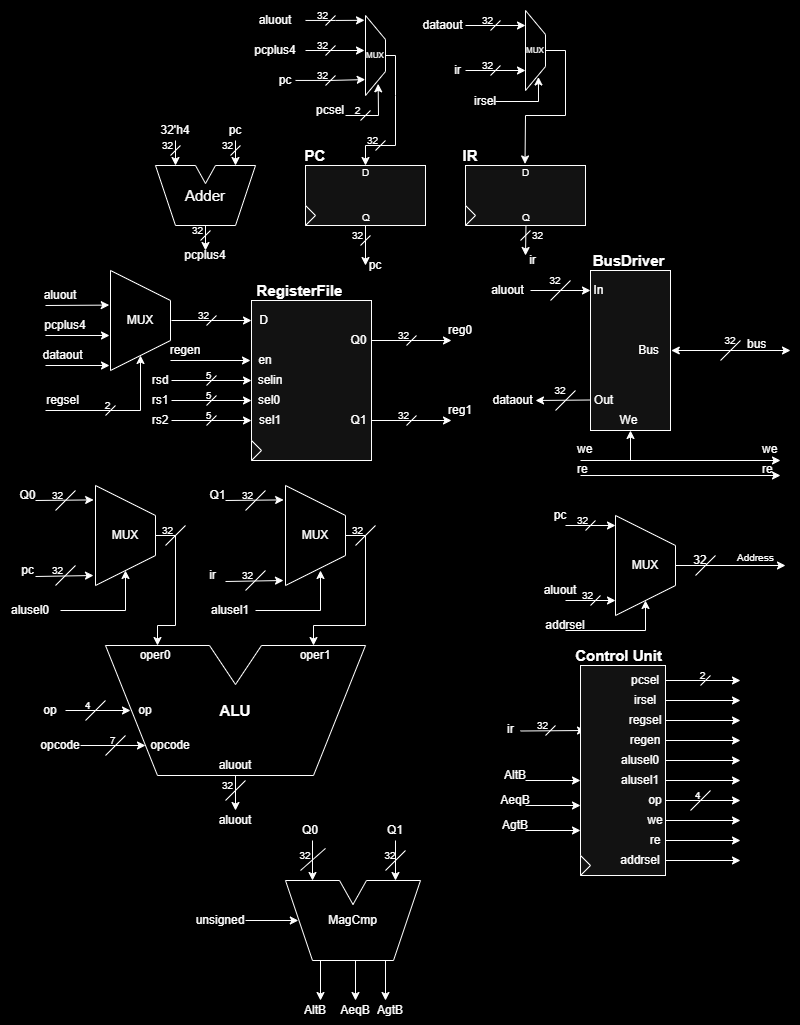
The draw.io diagram schematic.png in AryllPetersen/rv32I, before a commit. Source tidied: cells renumbered, new cells last; positions are measured from the earlier drawing's top-left corner, leaving out a move shared by most shapes.
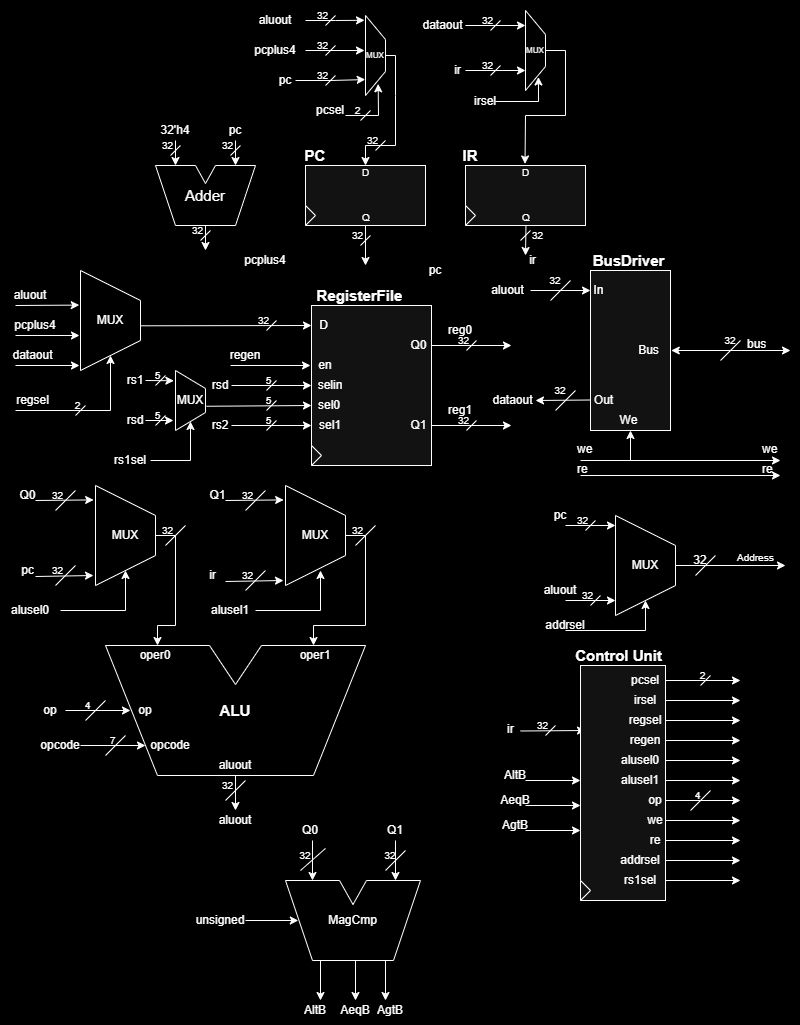
After the change.

Commit message:
OP, OPPIMM and LOAD added to CU, updated schematic

Change to the diagram source:
```diff
@@ -100,3 +100,3 @@
     <mxCell id="28" value="pc" style="text;html=1;align=center;verticalAlign=middle;whiteSpace=wrap;rounded=0;labelBackgroundColor=none;" parent="1" vertex="1">
-      <mxGeometry x="345" y="250" width="60" height="30" as="geometry" />
+      <mxGeometry x="405" y="255" width="60" height="30" as="geometry" />
     </mxCell>
@@ -130,14 +130,12 @@
     <mxCell id="34" style="rounded=0;whiteSpace=wrap;html=1;labelBackgroundColor=none;" parent="1" vertex="1">
-      <mxGeometry x="251" y="300" width="120" height="160" as="geometry" />
+      <mxGeometry x="311" y="305" width="120" height="160" as="geometry" />
     </mxCell>
     <mxCell id="35" value="RegisterFile" style="text;html=1;align=center;verticalAlign=middle;whiteSpace=wrap;rounded=0;fontStyle=1;fontSize=15;labelBackgroundColor=none;" parent="1" vertex="1">
-      <mxGeometry x="251" y="270" width="96.9" height="39" as="geometry" />
+      <mxGeometry x="311" y="275" width="96.9" height="39" as="geometry" />
     </mxCell>
     <mxCell id="36" style="triangle;whiteSpace=wrap;html=1;labelBackgroundColor=none;rounded=0;" parent="1" vertex="1">
-      <mxGeometry x="251" y="440" width="10" height="20" as="geometry" />
+      <mxGeometry x="311" y="445" width="10" height="20" as="geometry" />
     </mxCell>
-    <mxCell id="37" style="endArrow=classic;html=1;rounded=0;entryX=0;entryY=0.125;entryDx=0;entryDy=0;entryPerimeter=0;labelBackgroundColor=none;fontColor=default;" parent="1" edge="1" target="34">
-      <mxGeometry relative="1" as="geometry">
-        <mxPoint x="171" y="320" as="sourcePoint" />
-      </mxGeometry>
+    <mxCell id="37" style="endArrow=classic;html=1;rounded=0;entryX=0;entryY=0.125;entryDx=0;entryDy=0;entryPerimeter=0;labelBackgroundColor=none;fontColor=default;exitX=1.011;exitY=0.553;exitDx=0;exitDy=0;exitPerimeter=0;" parent="1" edge="1" source="209" target="34">
+      <mxGeometry relative="1" as="geometry" />
     </mxCell>
@@ -145,4 +143,4 @@
       <mxGeometry relative="1" as="geometry">
-        <mxPoint x="371" y="340" as="sourcePoint" />
-        <mxPoint x="451" y="340" as="targetPoint" />
+        <mxPoint x="431" y="345" as="sourcePoint" />
+        <mxPoint x="511" y="345" as="targetPoint" />
       </mxGeometry>
@@ -151,4 +149,4 @@
       <mxGeometry relative="1" as="geometry">
-        <mxPoint x="371" y="420" as="sourcePoint" />
-        <mxPoint x="451" y="420" as="targetPoint" />
+        <mxPoint x="431" y="425" as="sourcePoint" />
+        <mxPoint x="511" y="425" as="targetPoint" />
       </mxGeometry>
@@ -156,8 +154,7 @@
     <mxCell id="40" value="sel0" style="text;html=1;align=center;verticalAlign=middle;whiteSpace=wrap;rounded=0;labelBackgroundColor=none;" parent="1" vertex="1">
-      <mxGeometry x="239" y="385" width="60" height="30" as="geometry" />
+      <mxGeometry x="299" y="390" width="60" height="30" as="geometry" />
     </mxCell>
-    <mxCell id="41" style="endArrow=classic;html=1;rounded=0;entryX=0;entryY=0.125;entryDx=0;entryDy=0;entryPerimeter=0;labelBackgroundColor=none;fontColor=default;" parent="1" edge="1">
+    <mxCell id="41" style="endArrow=classic;html=1;rounded=0;entryX=0;entryY=0.125;entryDx=0;entryDy=0;entryPerimeter=0;labelBackgroundColor=none;fontColor=default;exitX=1.03;exitY=0.596;exitDx=0;exitDy=0;exitPerimeter=0;" parent="1" edge="1" source="252">
       <mxGeometry relative="1" as="geometry">
-        <mxPoint x="171" y="400" as="sourcePoint" />
-        <mxPoint x="251" y="400" as="targetPoint" />
+        <mxPoint x="311" y="405" as="targetPoint" />
       </mxGeometry>
@@ -166,4 +163,4 @@
       <mxGeometry relative="1" as="geometry">
-        <mxPoint x="171" y="420" as="sourcePoint" />
-        <mxPoint x="251" y="420" as="targetPoint" />
+        <mxPoint x="231" y="425" as="sourcePoint" />
+        <mxPoint x="311" y="425" as="targetPoint" />
       </mxGeometry>
@@ -172,4 +169,4 @@
       <mxGeometry relative="1" as="geometry">
-        <mxPoint x="171" y="380" as="sourcePoint" />
-        <mxPoint x="251" y="380" as="targetPoint" />
+        <mxPoint x="231" y="385" as="sourcePoint" />
+        <mxPoint x="311" y="385" as="targetPoint" />
       </mxGeometry>
@@ -177,6 +174,6 @@
     <mxCell id="44" value="sel1" style="text;html=1;align=center;verticalAlign=middle;whiteSpace=wrap;rounded=0;labelBackgroundColor=none;" parent="1" vertex="1">
-      <mxGeometry x="240" y="405" width="60" height="30" as="geometry" />
+      <mxGeometry x="300" y="410" width="60" height="30" as="geometry" />
     </mxCell>
     <mxCell id="45" value="selin" style="text;html=1;align=center;verticalAlign=middle;whiteSpace=wrap;rounded=0;labelBackgroundColor=none;" parent="1" vertex="1">
-      <mxGeometry x="240" y="365" width="60" height="30" as="geometry" />
+      <mxGeometry x="300" y="370" width="60" height="30" as="geometry" />
     </mxCell>
@@ -184,4 +181,4 @@
       <mxGeometry relative="1" as="geometry">
-        <mxPoint x="170" y="360" as="sourcePoint" />
-        <mxPoint x="250" y="360" as="targetPoint" />
+        <mxPoint x="230" y="365" as="sourcePoint" />
+        <mxPoint x="310" y="365" as="targetPoint" />
       </mxGeometry>
@@ -189,3 +186,3 @@
     <mxCell id="47" value="en" style="text;html=1;align=center;verticalAlign=middle;whiteSpace=wrap;rounded=0;labelBackgroundColor=none;" parent="1" vertex="1">
-      <mxGeometry x="235" y="345" width="60" height="30" as="geometry" />
+      <mxGeometry x="295" y="350" width="60" height="30" as="geometry" />
     </mxCell>
@@ -196,4 +193,4 @@
       <mxGeometry relative="1" as="geometry">
-        <mxPoint x="206" y="385" as="sourcePoint" />
-        <mxPoint x="216" y="375" as="targetPoint" />
+        <mxPoint x="266" y="390" as="sourcePoint" />
+        <mxPoint x="276" y="380" as="targetPoint" />
       </mxGeometry>
@@ -202,4 +199,4 @@
       <mxGeometry relative="1" as="geometry">
-        <mxPoint x="206" y="405" as="sourcePoint" />
-        <mxPoint x="216" y="395" as="targetPoint" />
+        <mxPoint x="266" y="410" as="sourcePoint" />
+        <mxPoint x="276" y="400" as="targetPoint" />
       </mxGeometry>
@@ -208,4 +205,4 @@
       <mxGeometry relative="1" as="geometry">
-        <mxPoint x="206" y="425" as="sourcePoint" />
-        <mxPoint x="216" y="415" as="targetPoint" />
+        <mxPoint x="266" y="430" as="sourcePoint" />
+        <mxPoint x="276" y="420" as="targetPoint" />
       </mxGeometry>
@@ -213,9 +210,9 @@
     <mxCell id="52" value="&lt;font style=&quot;font-size: 10px;&quot;&gt;5&lt;/font&gt;" style="text;html=1;align=center;verticalAlign=middle;whiteSpace=wrap;rounded=0;labelBackgroundColor=none;" parent="1" vertex="1">
-      <mxGeometry x="206" y="380" width="5" height="30" as="geometry" />
+      <mxGeometry x="266" y="385" width="5" height="30" as="geometry" />
     </mxCell>
     <mxCell id="53" value="&lt;font style=&quot;font-size: 10px;&quot;&gt;5&lt;/font&gt;" style="text;html=1;align=center;verticalAlign=middle;whiteSpace=wrap;rounded=0;labelBackgroundColor=none;" parent="1" vertex="1">
-      <mxGeometry x="206" y="400" width="5" height="30" as="geometry" />
+      <mxGeometry x="266" y="405" width="5" height="30" as="geometry" />
     </mxCell>
     <mxCell id="54" value="&lt;font style=&quot;font-size: 10px;&quot;&gt;5&lt;/font&gt;" style="text;html=1;align=center;verticalAlign=middle;whiteSpace=wrap;rounded=0;labelBackgroundColor=none;" parent="1" vertex="1">
-      <mxGeometry x="206" y="360" width="5" height="30" as="geometry" />
+      <mxGeometry x="266" y="365" width="5" height="30" as="geometry" />
     </mxCell>
@@ -223,4 +220,4 @@
       <mxGeometry relative="1" as="geometry">
-        <mxPoint x="206" y="325" as="sourcePoint" />
-        <mxPoint x="216" y="315" as="targetPoint" />
+        <mxPoint x="266" y="330" as="sourcePoint" />
+        <mxPoint x="276" y="320" as="targetPoint" />
       </mxGeometry>
@@ -228,3 +225,3 @@
     <mxCell id="56" value="&lt;span style=&quot;font-size: 10px;&quot;&gt;32&lt;/span&gt;" style="text;html=1;align=center;verticalAlign=middle;whiteSpace=wrap;rounded=0;labelBackgroundColor=none;" parent="1" vertex="1">
-      <mxGeometry x="201" y="300" width="5" height="30" as="geometry" />
+      <mxGeometry x="261" y="305" width="5" height="30" as="geometry" />
     </mxCell>
@@ -232,4 +229,4 @@
       <mxGeometry relative="1" as="geometry">
-        <mxPoint x="406" y="345" as="sourcePoint" />
-        <mxPoint x="416" y="335" as="targetPoint" />
+        <mxPoint x="466" y="350" as="sourcePoint" />
+        <mxPoint x="476" y="340" as="targetPoint" />
       </mxGeometry>
@@ -237,3 +234,3 @@
     <mxCell id="58" value="&lt;span style=&quot;font-size: 10px;&quot;&gt;32&lt;/span&gt;" style="text;html=1;align=center;verticalAlign=middle;whiteSpace=wrap;rounded=0;labelBackgroundColor=none;" parent="1" vertex="1">
-      <mxGeometry x="401" y="320" width="5" height="30" as="geometry" />
+      <mxGeometry x="461" y="325" width="5" height="30" as="geometry" />
     </mxCell>
@@ -241,4 +238,4 @@
       <mxGeometry relative="1" as="geometry">
-        <mxPoint x="406" y="425" as="sourcePoint" />
-        <mxPoint x="416" y="415" as="targetPoint" />
+        <mxPoint x="466" y="430" as="sourcePoint" />
+        <mxPoint x="476" y="420" as="targetPoint" />
       </mxGeometry>
@@ -246,12 +243,12 @@
     <mxCell id="60" value="&lt;span style=&quot;font-size: 10px;&quot;&gt;32&lt;/span&gt;" style="text;html=1;align=center;verticalAlign=middle;whiteSpace=wrap;rounded=0;labelBackgroundColor=none;" parent="1" vertex="1">
-      <mxGeometry x="401" y="400" width="5" height="30" as="geometry" />
+      <mxGeometry x="461" y="405" width="5" height="30" as="geometry" />
     </mxCell>
     <mxCell id="61" value="Q1" style="text;html=1;align=center;verticalAlign=middle;whiteSpace=wrap;rounded=0;labelBackgroundColor=none;" parent="1" vertex="1">
-      <mxGeometry x="351" y="405" width="15" height="30" as="geometry" />
+      <mxGeometry x="411" y="410" width="15" height="30" as="geometry" />
     </mxCell>
     <mxCell id="62" value="Q0" style="text;html=1;align=center;verticalAlign=middle;whiteSpace=wrap;rounded=0;labelBackgroundColor=none;" parent="1" vertex="1">
-      <mxGeometry x="351" y="325" width="15" height="30" as="geometry" />
+      <mxGeometry x="411" y="330" width="15" height="30" as="geometry" />
     </mxCell>
     <mxCell id="63" value="D" style="text;html=1;align=center;verticalAlign=middle;whiteSpace=wrap;rounded=0;labelBackgroundColor=none;" parent="1" vertex="1">
-      <mxGeometry x="256" y="305" width="15" height="30" as="geometry" />
+      <mxGeometry x="316" y="310" width="15" height="30" as="geometry" />
     </mxCell>
@@ -582,15 +579,15 @@
     <mxCell id="137" value="aluout" style="text;html=1;align=center;verticalAlign=middle;whiteSpace=wrap;rounded=0;labelBackgroundColor=none;" parent="1" vertex="1">
-      <mxGeometry x="30" y="280" width="60" height="30" as="geometry" />
+      <mxGeometry y="280" width="60" height="30" as="geometry" />
     </mxCell>
     <mxCell id="138" value="rs1" style="text;html=1;align=center;verticalAlign=middle;whiteSpace=wrap;rounded=0;labelBackgroundColor=none;" parent="1" vertex="1">
-      <mxGeometry x="130" y="385" width="60" height="30" as="geometry" />
+      <mxGeometry x="130" y="365" width="10" height="30" as="geometry" />
     </mxCell>
     <mxCell id="139" value="rs2" style="text;html=1;align=center;verticalAlign=middle;whiteSpace=wrap;rounded=0;labelBackgroundColor=none;" parent="1" vertex="1">
-      <mxGeometry x="130" y="405" width="60" height="30" as="geometry" />
+      <mxGeometry x="190" y="410" width="60" height="30" as="geometry" />
     </mxCell>
     <mxCell id="140" value="rsd" style="text;html=1;align=center;verticalAlign=middle;whiteSpace=wrap;rounded=0;labelBackgroundColor=none;" parent="1" vertex="1">
-      <mxGeometry x="130" y="365" width="60" height="30" as="geometry" />
+      <mxGeometry x="190" y="370" width="60" height="30" as="geometry" />
     </mxCell>
     <mxCell id="141" value="regen" style="text;html=1;align=center;verticalAlign=middle;whiteSpace=wrap;rounded=0;labelBackgroundColor=none;" parent="1" vertex="1">
-      <mxGeometry x="155" y="335" width="60" height="30" as="geometry" />
+      <mxGeometry x="215" y="340" width="60" height="30" as="geometry" />
     </mxCell>
@@ -609,3 +606,3 @@
     <mxCell id="145" style="rounded=0;whiteSpace=wrap;html=1;labelBackgroundColor=none;" parent="1" vertex="1">
-      <mxGeometry x="580" y="665" width="85" height="210" as="geometry" />
+      <mxGeometry x="580" y="665" width="85" height="235" as="geometry" />
     </mxCell>
@@ -743,3 +740,3 @@
     <mxCell id="176" style="triangle;whiteSpace=wrap;html=1;labelBackgroundColor=none;rounded=0;" parent="1" vertex="1">
-      <mxGeometry x="580" y="855" width="10" height="20" as="geometry" />
+      <mxGeometry x="580" y="880" width="10" height="20" as="geometry" />
     </mxCell>
@@ -805,3 +802,3 @@
     <mxCell id="190" value="pcplus4" style="text;html=1;align=center;verticalAlign=middle;whiteSpace=wrap;rounded=0;" parent="1" vertex="1">
-      <mxGeometry x="175" y="240" width="60" height="30" as="geometry" />
+      <mxGeometry x="235" y="245" width="60" height="30" as="geometry" />
     </mxCell>
@@ -891,6 +888,6 @@
     <mxCell id="209" value="MUX" style="shape=(stored shape, 364 characters);whiteSpace=wrap;html=1;labelBackgroundColor=none;rounded=0;" parent="1" vertex="1">
-      <mxGeometry x="110" y="270" width="60" height="100" as="geometry" />
+      <mxGeometry x="80" y="270" width="60" height="100" as="geometry" />
     </mxCell>
     <mxCell id="210" value="dataout" style="text;html=1;align=center;verticalAlign=middle;whiteSpace=wrap;rounded=0;labelBackgroundColor=none;" parent="1" vertex="1">
-      <mxGeometry x="55" y="340" width="15" height="30" as="geometry" />
+      <mxGeometry x="25" y="340" width="15" height="30" as="geometry" />
     </mxCell>
@@ -898,3 +895,3 @@
       <mxGeometry relative="1" as="geometry">
-        <mxPoint x="45" y="305" as="sourcePoint" />
+        <mxPoint x="15" y="305" as="sourcePoint" />
       </mxGeometry>
@@ -903,4 +900,4 @@
       <mxGeometry relative="1" as="geometry">
-        <mxPoint x="45" y="365" as="sourcePoint" />
-        <mxPoint x="109" y="365" as="targetPoint" />
+        <mxPoint x="15" y="365" as="sourcePoint" />
+        <mxPoint x="79" y="365" as="targetPoint" />
       </mxGeometry>
@@ -909,5 +906,5 @@
       <mxGeometry relative="1" as="geometry">
-        <mxPoint x="45" y="410" as="sourcePoint" />
+        <mxPoint x="15" y="410" as="sourcePoint" />
         <Array as="points">
-          <mxPoint x="140" y="410" />
+          <mxPoint x="110" y="410" />
         </Array>
@@ -916,3 +913,3 @@
     <mxCell id="214" value="regsel" style="text;html=1;align=center;verticalAlign=middle;whiteSpace=wrap;rounded=0;labelBackgroundColor=none;" parent="1" vertex="1">
-      <mxGeometry x="55" y="385" width="15" height="30" as="geometry" />
+      <mxGeometry x="25" y="385" width="15" height="30" as="geometry" />
     </mxCell>
@@ -1000,3 +997,3 @@
     <mxCell id="234" value="pcplus4" style="text;html=1;align=center;verticalAlign=middle;whiteSpace=wrap;rounded=0;" parent="1" vertex="1">
-      <mxGeometry x="35" y="310" width="60" height="30" as="geometry" />
+      <mxGeometry x="5" y="310" width="60" height="30" as="geometry" />
     </mxCell>
@@ -1004,4 +1001,4 @@
       <mxGeometry relative="1" as="geometry">
-        <mxPoint x="45" y="335" as="sourcePoint" />
-        <mxPoint x="109" y="335" as="targetPoint" />
+        <mxPoint x="15" y="335" as="sourcePoint" />
+        <mxPoint x="79" y="335" as="targetPoint" />
       </mxGeometry>
@@ -1010,4 +1007,4 @@
       <mxGeometry relative="1" as="geometry">
-        <mxPoint x="105" y="415" as="sourcePoint" />
-        <mxPoint x="115" y="405" as="targetPoint" />
+        <mxPoint x="75" y="415" as="sourcePoint" />
+        <mxPoint x="85" y="405" as="targetPoint" />
       </mxGeometry>
@@ -1015,3 +1012,3 @@
     <mxCell id="237" value="&lt;span style=&quot;font-size: 10px;&quot;&gt;2&lt;/span&gt;" style="text;html=1;align=center;verticalAlign=middle;whiteSpace=wrap;rounded=0;labelBackgroundColor=none;" parent="1" vertex="1">
-      <mxGeometry x="105" y="390" width="5" height="30" as="geometry" />
+      <mxGeometry x="75" y="390" width="5" height="30" as="geometry" />
     </mxCell>
@@ -1077,2 +1074,57 @@
     </mxCell>
+    <mxCell id="252" value="MUX" style="shape=(stored shape, 364 characters);whiteSpace=wrap;html=1;labelBackgroundColor=none;rounded=0;" parent="1" vertex="1">
+      <mxGeometry x="175" y="370" width="30" height="60" as="geometry" />
+    </mxCell>
+    <mxCell id="253" value="rsd" style="text;html=1;align=center;verticalAlign=middle;whiteSpace=wrap;rounded=0;labelBackgroundColor=none;" parent="1" vertex="1">
+      <mxGeometry x="105" y="405" width="60" height="30" as="geometry" />
+    </mxCell>
+    <mxCell id="254" style="endArrow=classic;html=1;rounded=0;entryX=0.5;entryY=0.85;entryDx=0;entryDy=0;entryPerimeter=0;" parent="1" edge="1" target="252">
+      <mxGeometry relative="1" as="geometry">
+        <mxPoint x="150" y="460" as="sourcePoint" />
+        <Array as="points">
+          <mxPoint x="190" y="460" />
+        </Array>
+      </mxGeometry>
+    </mxCell>
+    <mxCell id="255" style="endArrow=classic;html=1;rounded=0;entryX=-0.054;entryY=0.171;entryDx=0;entryDy=0;labelBackgroundColor=none;fontColor=default;entryPerimeter=0;" parent="1" edge="1" target="252">
+      <mxGeometry relative="1" as="geometry">
+        <mxPoint x="145" y="380" as="sourcePoint" />
+      </mxGeometry>
+    </mxCell>
+    <mxCell id="256" style="endArrow=none;html=1;rounded=0;labelBackgroundColor=none;fontColor=default;" parent="1" edge="1">
+      <mxGeometry relative="1" as="geometry">
+        <mxPoint x="155" y="385" as="sourcePoint" />
+        <mxPoint x="165" y="375" as="targetPoint" />
+      </mxGeometry>
+    </mxCell>
+    <mxCell id="257" value="&lt;font style=&quot;font-size: 10px;&quot;&gt;5&lt;/font&gt;" style="text;html=1;align=center;verticalAlign=middle;whiteSpace=wrap;rounded=0;labelBackgroundColor=none;" parent="1" vertex="1">
+      <mxGeometry x="155" y="360" width="5" height="30" as="geometry" />
+    </mxCell>
+    <mxCell id="258" style="endArrow=classic;html=1;rounded=0;entryX=-0.054;entryY=0.171;entryDx=0;entryDy=0;labelBackgroundColor=none;fontColor=default;entryPerimeter=0;" parent="1" edge="1">
+      <mxGeometry relative="1" as="geometry">
+        <mxPoint x="145" y="420" as="sourcePoint" />
+        <mxPoint x="173" y="420" as="targetPoint" />
+      </mxGeometry>
+    </mxCell>
+    <mxCell id="259" style="endArrow=none;html=1;rounded=0;labelBackgroundColor=none;fontColor=default;" parent="1" edge="1">
+      <mxGeometry relative="1" as="geometry">
+        <mxPoint x="155" y="425" as="sourcePoint" />
+        <mxPoint x="165" y="415" as="targetPoint" />
+      </mxGeometry>
+    </mxCell>
+    <mxCell id="260" value="&lt;font style=&quot;font-size: 10px;&quot;&gt;5&lt;/font&gt;" style="text;html=1;align=center;verticalAlign=middle;whiteSpace=wrap;rounded=0;labelBackgroundColor=none;" parent="1" vertex="1">
+      <mxGeometry x="155" y="400" width="5" height="30" as="geometry" />
+    </mxCell>
+    <mxCell id="261" value="rs1sel" style="text;html=1;align=center;verticalAlign=middle;whiteSpace=wrap;rounded=0;" parent="1" vertex="1">
+      <mxGeometry x="100" y="445" width="60" height="30" as="geometry" />
+    </mxCell>
+    <mxCell id="262" value="rs1sel" style="text;html=1;align=center;verticalAlign=middle;whiteSpace=wrap;rounded=0;labelBackgroundColor=none;" parent="1" vertex="1">
+      <mxGeometry x="610" y="865" width="60" height="30" as="geometry" />
+    </mxCell>
+    <mxCell id="263" style="edgeStyle=none;orthogonalLoop=1;jettySize=auto;html=1;rounded=0;labelBackgroundColor=none;fontColor=default;" parent="1" edge="1">
+      <mxGeometry relative="1" as="geometry">
+        <mxPoint x="665" y="880" as="sourcePoint" />
+        <mxPoint x="740" y="880" as="targetPoint" />
+      </mxGeometry>
+    </mxCell>
   </root>
```
